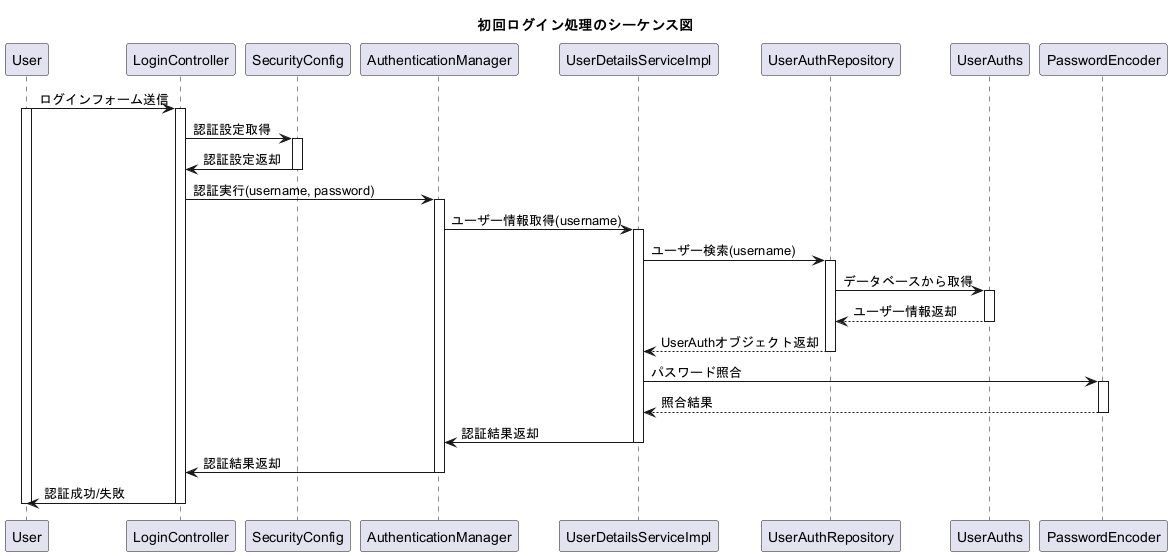
Earlier version of the PlantUML export MealManagementForTraineeDocs/images/SequenceFigure.png (SHOzakioka/Documents).
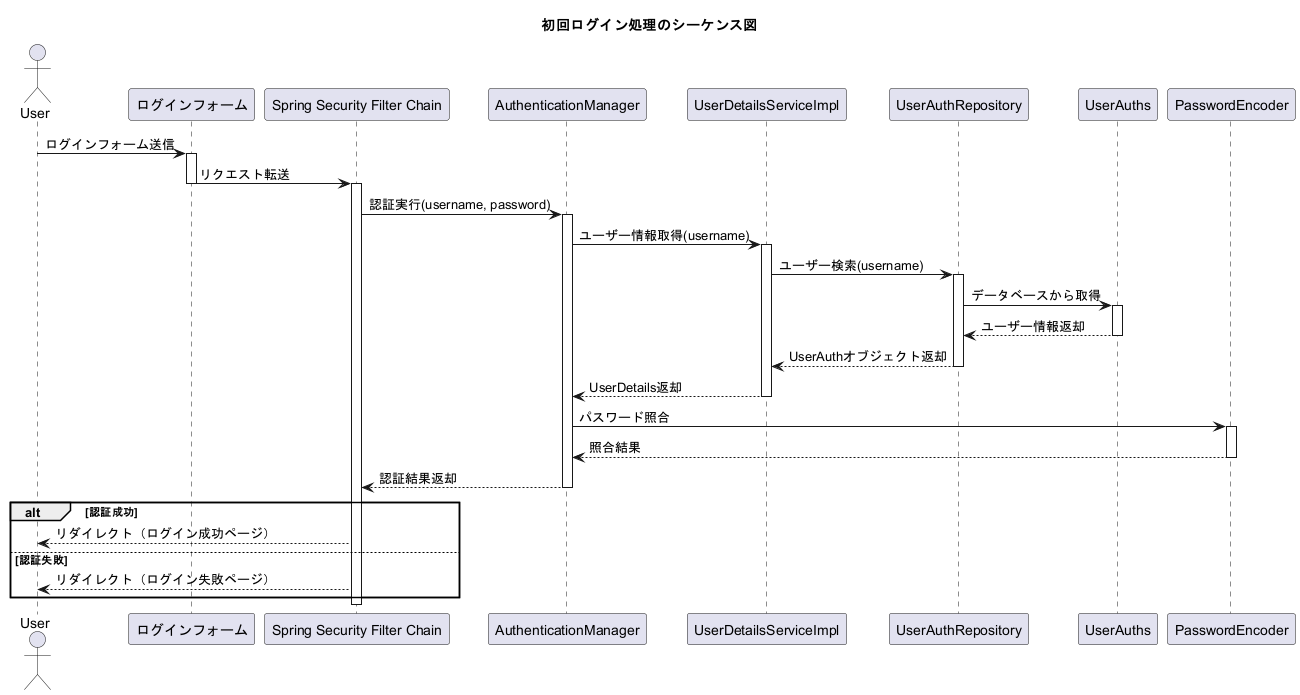
After the change.

Commit message:
Update files change in Documents dir.

What changed in the source:
```diff
@@ -2,50 +2,56 @@
 !pragma charset utf-8
 title 初回ログイン処理のシーケンス図
 
-participant User
-participant LoginController
-participant SecurityConfig
+actor User
+participant "ログインフォーム" as LoginForm
+participant "Spring Security Filter Chain" as SecurityFilter
 participant AuthenticationManager
 participant UserDetailsServiceImpl
 participant UserAuthRepository
 participant UserAuths
 participant PasswordEncoder
 
-User -> LoginController: ログインフォーム送信
-activate User
-activate LoginController
+User -> LoginForm: ログインフォーム送信
+activate LoginForm
 
-    LoginController -> SecurityConfig: 認証設定取得
-    activate SecurityConfig
+LoginForm -> SecurityFilter: リクエスト転送
+deactivate LoginForm
+activate SecurityFilter
 
-    SecurityConfig -> LoginController: 認証設定返却
-    deactivate SecurityConfig
+SecurityFilter -> AuthenticationManager: 認証実行(username, password)
+activate AuthenticationManager
 
-        LoginController -> AuthenticationManager: 認証実行(username, password)
-        activate AuthenticationManager
-        AuthenticationManager -> UserDetailsServiceImpl: ユーザー情報取得(username)
+AuthenticationManager -> UserDetailsServiceImpl: ユーザー情報取得(username)
+activate UserDetailsServiceImpl
 
-        activate UserDetailsServiceImpl
-        UserDetailsServiceImpl -> UserAuthRepository: ユーザー検索(username)
-        activate UserAuthRepository
-        UserAuthRepository -> UserAuths: データベースから取得
-        activate UserAuths
-        UserAuths --> UserAuthRepository: ユーザー情報返却
-        deactivate UserAuths
-        UserAuthRepository --> UserDetailsServiceImpl: UserAuthオブジェクト返却
-        deactivate UserAuthRepository
-        UserDetailsServiceImpl -> PasswordEncoder: パスワード照合
-        activate PasswordEncoder
-        PasswordEncoder --> UserDetailsServiceImpl: 照合結果
-        deactivate PasswordEncoder
-        UserDetailsServiceImpl -> AuthenticationManager: 認証結果返却
-        deactivate UserDetailsServiceImpl
+UserDetailsServiceImpl -> UserAuthRepository: ユーザー検索(username)
+activate UserAuthRepository
 
-    AuthenticationManager -> LoginController: 認証結果返却
-    deactivate AuthenticationManager
+UserAuthRepository -> UserAuths: データベースから取得
+activate UserAuths
+UserAuths --> UserAuthRepository: ユーザー情報返却
+deactivate UserAuths
 
-LoginController -> User: 認証成功/失敗
-deactivate LoginController
-deactivate User
+UserAuthRepository --> UserDetailsServiceImpl: UserAuthオブジェクト返却
+deactivate UserAuthRepository
+
+UserDetailsServiceImpl --> AuthenticationManager: UserDetails返却
+deactivate UserDetailsServiceImpl
+
+AuthenticationManager -> PasswordEncoder: パスワード照合
+activate PasswordEncoder
+PasswordEncoder --> AuthenticationManager: 照合結果
+deactivate PasswordEncoder
+
+AuthenticationManager --> SecurityFilter: 認証結果返却
+deactivate AuthenticationManager
+
+alt 認証成功
+    SecurityFilter --> User: リダイレクト（ログイン成功ページ）
+else 認証失敗
+    SecurityFilter --> User: リダイレクト（ログイン失敗ページ）
+end
+
+deactivate SecurityFilter
 
 @enduml
```
